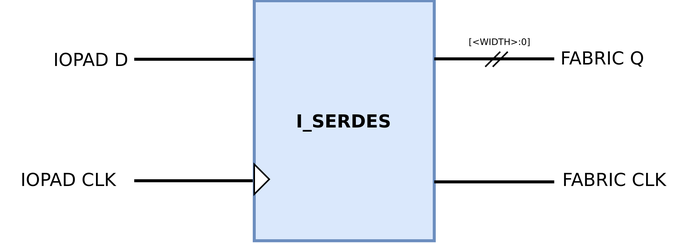
This is rapidsilicon/ip/io_configurator/v1_0/docs/I_SERDES.png from os-fpga/IP_Catalog, a draw.io export, as it was before one commit. Source tidied: cells renumbered, new cells last; positions are measured from the earlier drawing's top-left corner, leaving out a move shared by most shapes.
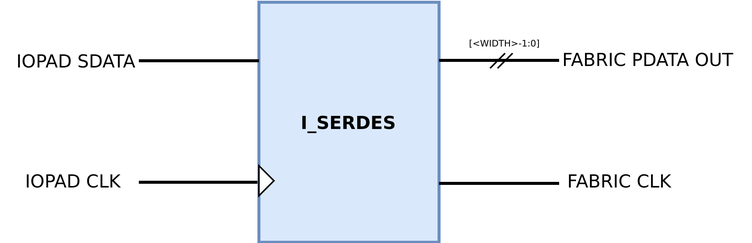
After the change.

Diff of the diagram source:
```diff
@@ -2,12 +2,12 @@
   <root>
     <mxCell id="0" />
     <mxCell id="1" parent="0" />
-    <mxCell id="2" style="endArrow=none;html=1;rounded=0;endFill=0;strokeWidth=2;" parent="1" edge="1">
-      <mxGeometry relative="1" as="geometry">
-        <mxPoint x="89" y="120" as="sourcePoint" />
-        <mxPoint x="169" y="120" as="targetPoint" />
-      </mxGeometry>
-    </mxCell>
+    <mxCell id="15" style="endArrow=none;html=1;rounded=0;endFill=0;strokeWidth=2;" parent="1" edge="1">
+      <mxGeometry relative="1" as="geometry">
+        <mxPoint x="89" y="120" as="sourcePoint" />
+        <mxPoint x="169" y="120" as="targetPoint" />
+      </mxGeometry>
+    </mxCell>
     <mxCell id="3" value="IOPAD CLK" style="text;html=1;align=center;verticalAlign=middle;strokeColor=none;fillColor=none;strokeWidth=1;" parent="1" vertex="1">
       <mxGeometry y="104" width="90" height="30" as="geometry" />
     </mxCell>
@@ -17,47 +17,47 @@
     <mxCell id="5" style="triangle;whiteSpace=wrap;html=1;" parent="1" vertex="1">
       <mxGeometry x="169" y="109" width="10" height="20" as="geometry" />
     </mxCell>
-    <mxCell id="6" style="endArrow=none;html=1;rounded=0;endFill=0;strokeWidth=2;" parent="1" edge="1">
-      <mxGeometry relative="1" as="geometry">
-        <mxPoint x="89" y="39" as="sourcePoint" />
-        <mxPoint x="169" y="39" as="targetPoint" />
-      </mxGeometry>
-    </mxCell>
-    <mxCell id="7" value="IOPAD D" style="text;html=1;align=center;verticalAlign=middle;strokeColor=none;fillColor=none;strokeWidth=1;" parent="1" vertex="1">
-      <mxGeometry x="25" y="24" width="70" height="30" as="geometry" />
-    </mxCell>
-    <mxCell id="8" style="endArrow=none;html=1;rounded=0;endFill=0;strokeWidth=2;" parent="1" edge="1">
-      <mxGeometry relative="1" as="geometry">
-        <mxPoint x="289" y="38.8" as="sourcePoint" />
-        <mxPoint x="369" y="38.8" as="targetPoint" />
-      </mxGeometry>
-    </mxCell>
-    <mxCell id="9" value="FABRIC Q" style="text;html=1;align=center;verticalAlign=middle;strokeColor=none;fillColor=none;" parent="1" vertex="1">
-      <mxGeometry x="361" y="23" width="80" height="30" as="geometry" />
-    </mxCell>
-    <mxCell id="10" style="endArrow=none;html=1;rounded=0;endFill=0;strokeWidth=2;" parent="1" edge="1">
-      <mxGeometry relative="1" as="geometry">
-        <mxPoint x="289" y="120.8" as="sourcePoint" />
-        <mxPoint x="369" y="120.8" as="targetPoint" />
-      </mxGeometry>
-    </mxCell>
+    <mxCell id="16" style="endArrow=none;html=1;rounded=0;endFill=0;strokeWidth=2;" parent="1" edge="1">
+      <mxGeometry relative="1" as="geometry">
+        <mxPoint x="89" y="39" as="sourcePoint" />
+        <mxPoint x="169" y="39" as="targetPoint" />
+      </mxGeometry>
+    </mxCell>
+    <mxCell id="17" value="IOPAD SDATA" style="text;html=1;align=center;verticalAlign=middle;strokeColor=none;fillColor=none;strokeWidth=1;" parent="1" vertex="1">
+      <mxGeometry x="-3" y="24" width="100" height="30" as="geometry" />
+    </mxCell>
+    <mxCell id="18" style="endArrow=none;html=1;rounded=0;endFill=0;strokeWidth=2;" parent="1" edge="1">
+      <mxGeometry relative="1" as="geometry">
+        <mxPoint x="289" y="38.8" as="sourcePoint" />
+        <mxPoint x="369" y="38.8" as="targetPoint" />
+      </mxGeometry>
+    </mxCell>
+    <mxCell id="19" value="FABRIC PDATA OUT" style="text;html=1;align=center;verticalAlign=middle;strokeColor=none;fillColor=none;" parent="1" vertex="1">
+      <mxGeometry x="358" y="23" width="140" height="30" as="geometry" />
+    </mxCell>
+    <mxCell id="20" style="endArrow=none;html=1;rounded=0;endFill=0;strokeWidth=2;" parent="1" edge="1">
+      <mxGeometry relative="1" as="geometry">
+        <mxPoint x="289" y="120.8" as="sourcePoint" />
+        <mxPoint x="369" y="120.8" as="targetPoint" />
+      </mxGeometry>
+    </mxCell>
     <mxCell id="11" value="FABRIC CLK" style="text;html=1;align=center;verticalAlign=middle;strokeColor=none;fillColor=none;" parent="1" vertex="1">
       <mxGeometry x="364" y="104" width="90" height="30" as="geometry" />
     </mxCell>
-    <mxCell id="12" style="endArrow=none;html=1;rounded=0;" parent="1" edge="1">
-      <mxGeometry relative="1" as="geometry">
-        <mxPoint x="323" y="44" as="sourcePoint" />
-        <mxPoint x="333" y="34" as="targetPoint" />
-      </mxGeometry>
-    </mxCell>
-    <mxCell id="13" style="endArrow=none;html=1;rounded=0;" parent="1" edge="1">
-      <mxGeometry relative="1" as="geometry">
-        <mxPoint x="328" y="44" as="sourcePoint" />
-        <mxPoint x="338" y="34" as="targetPoint" />
-      </mxGeometry>
-    </mxCell>
-    <mxCell id="14" value="&lt;font style=&quot;font-size: 6px;&quot;&gt;[&amp;lt;WIDTH&amp;gt;:0]&lt;/font&gt;" style="text;html=1;align=center;verticalAlign=middle;whiteSpace=wrap;rounded=0;" parent="1" vertex="1">
-      <mxGeometry x="303" y="10" width="60" height="30" as="geometry" />
-    </mxCell>
+    <mxCell id="21" style="endArrow=none;html=1;rounded=0;" parent="1" edge="1">
+      <mxGeometry relative="1" as="geometry">
+        <mxPoint x="323" y="44" as="sourcePoint" />
+        <mxPoint x="333" y="34" as="targetPoint" />
+      </mxGeometry>
+    </mxCell>
+    <mxCell id="22" style="endArrow=none;html=1;rounded=0;" parent="1" edge="1">
+      <mxGeometry relative="1" as="geometry">
+        <mxPoint x="328" y="44" as="sourcePoint" />
+        <mxPoint x="338" y="34" as="targetPoint" />
+      </mxGeometry>
+    </mxCell>
+    <mxCell id="23" value="&lt;font style=&quot;font-size: 6px;&quot;&gt;[&amp;lt;WIDTH&amp;gt;-1:0]&lt;/font&gt;" style="text;html=1;align=center;verticalAlign=middle;whiteSpace=wrap;rounded=0;" parent="1" vertex="1">
+      <mxGeometry x="303" y="10" width="60" height="30" as="geometry" />
+    </mxCell>
   </root>
 </mxGraphModel>
```
